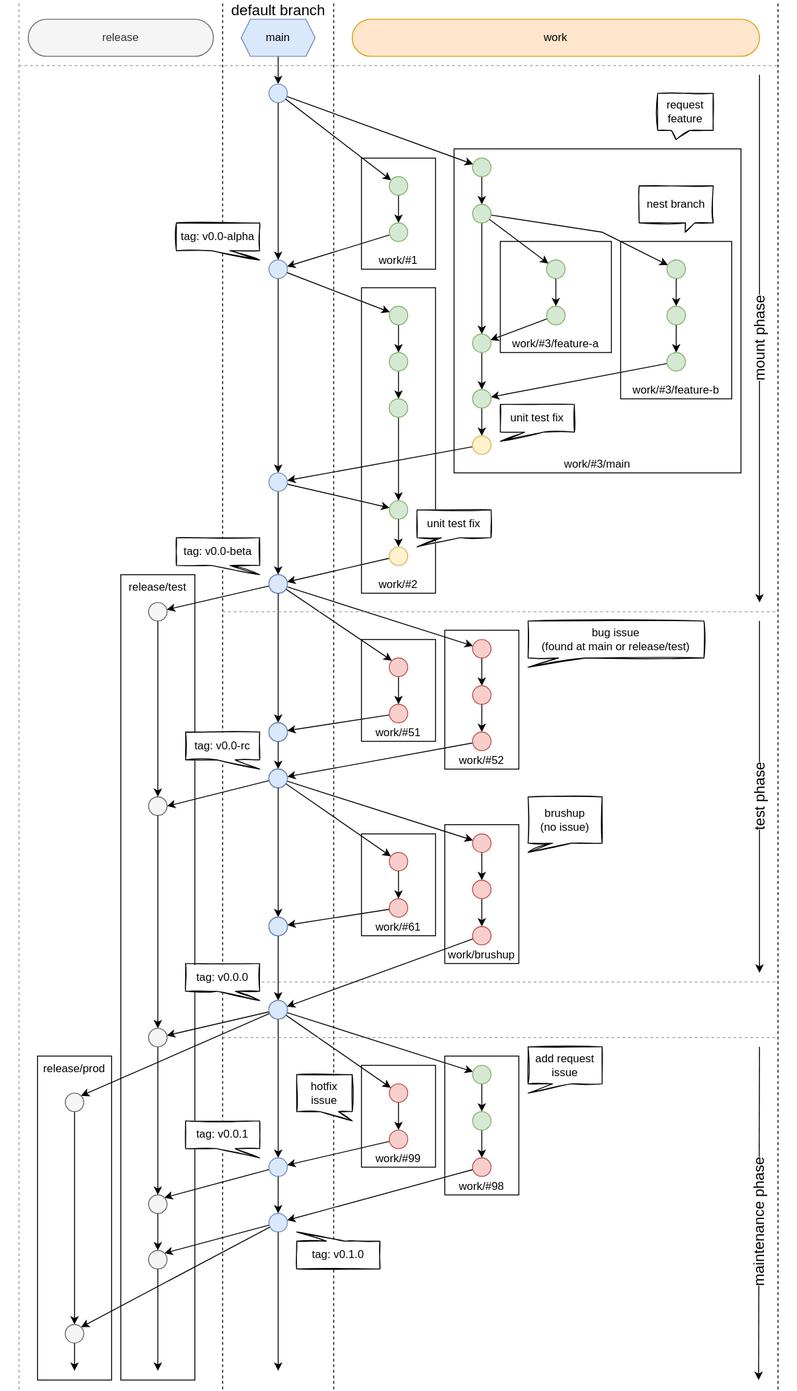
The draw.io diagram github-issues-flow.drawio.svg in bizhermit/git-note, before a commit. Source tidied: cells renumbered, new cells last; positions are measured from the earlier drawing's top-left corner, leaving out a move shared by most shapes.
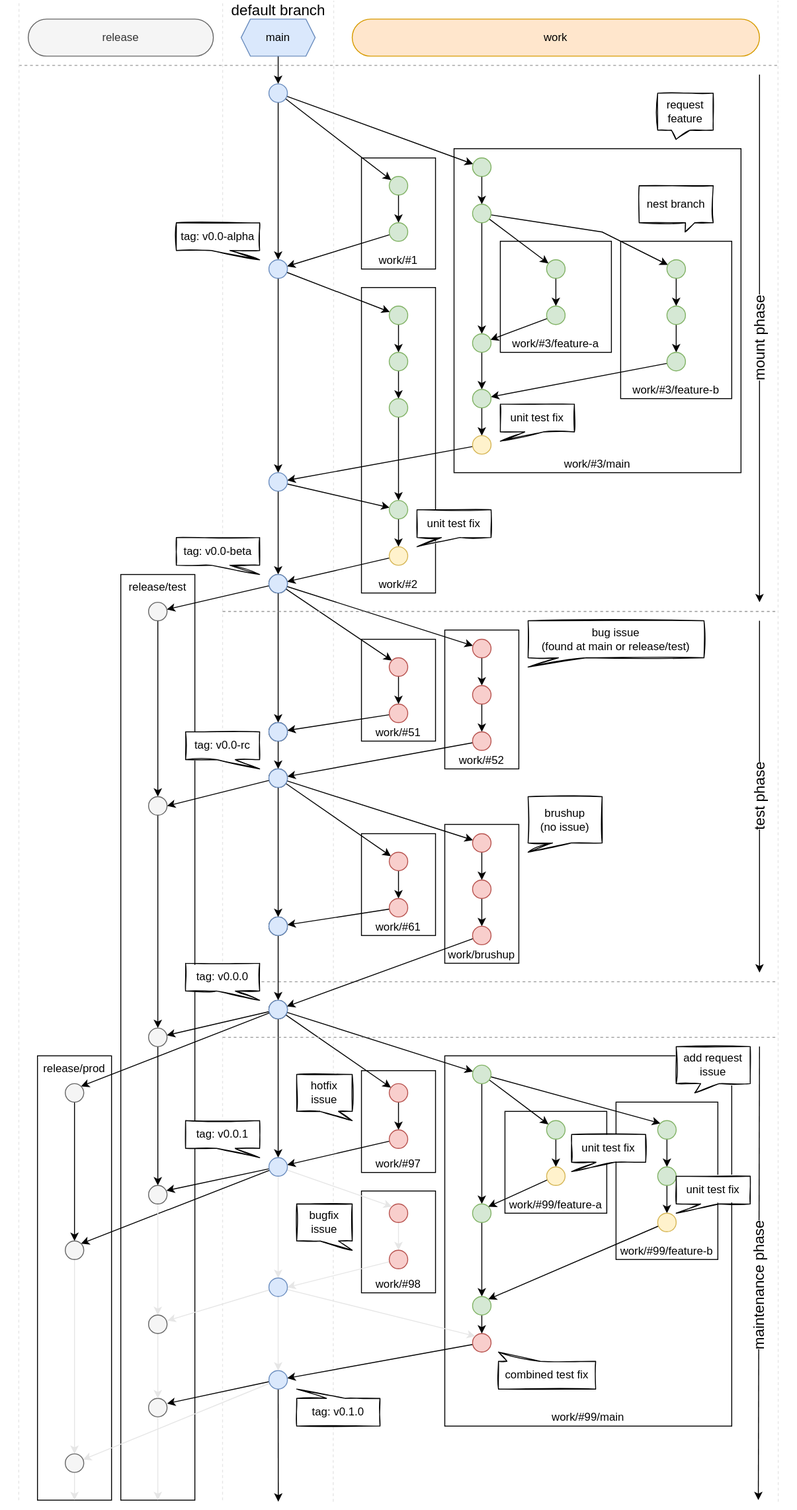
Above is the later version.

The edit, as a diff of the source:
```diff
@@ -5,9 +5,21 @@
     <mxCell id="2" style="rounded=0;whiteSpace=wrap;html=1;strokeColor=none;" parent="1" vertex="1">
-      <mxGeometry width="860" height="1500" as="geometry" />
+      <mxGeometry width="860" height="1620" as="geometry" />
     </mxCell>
+    <mxCell id="168" value="work/#98" style="rounded=0;whiteSpace=wrap;html=1;horizontal=1;verticalAlign=bottom;align=center;" parent="1" vertex="1">
+      <mxGeometry x="390" y="1286" width="80" height="110" as="geometry" />
+    </mxCell>
+    <mxCell id="9" value="work/#99/main" style="rounded=0;whiteSpace=wrap;html=1;horizontal=1;verticalAlign=bottom;align=center;" parent="1" vertex="1">
+      <mxGeometry x="480" y="1140" width="310" height="400" as="geometry" />
+    </mxCell>
+    <mxCell id="169" value="work/#99/feature-b" style="rounded=0;whiteSpace=wrap;html=1;horizontal=1;verticalAlign=bottom;align=center;" parent="1" vertex="1">
+      <mxGeometry x="665" y="1190" width="110" height="170" as="geometry" />
+    </mxCell>
+    <mxCell id="170" value="work/#99/feature-a" style="rounded=0;whiteSpace=wrap;html=1;horizontal=1;verticalAlign=bottom;align=center;" parent="1" vertex="1">
+      <mxGeometry x="545" y="1200" width="110" height="110" as="geometry" />
+    </mxCell>
     <mxCell id="3" value="release/prod" style="rounded=0;whiteSpace=wrap;html=1;horizontal=1;verticalAlign=top;align=center;" parent="1" vertex="1">
-      <mxGeometry x="40" y="1140" width="80" height="350" as="geometry" />
+      <mxGeometry x="40" y="1140" width="80" height="480" as="geometry" />
     </mxCell>
     <mxCell id="4" value="release/test" style="rounded=0;whiteSpace=wrap;html=1;horizontal=1;verticalAlign=top;align=center;" parent="1" vertex="1">
-      <mxGeometry x="130" y="620" width="80" height="870" as="geometry" />
+      <mxGeometry x="130" y="620" width="80" height="1000" as="geometry" />
     </mxCell>
@@ -19,5 +31,4 @@
     </mxCell>
-    <mxCell id="6" style="endArrow=none;dashed=1;html=1;rounded=0;sketch=0;fontColor=#000000;" parent="1" edge="1">
+    <mxCell id="6" style="endArrow=none;dashed=1;html=1;rounded=0;sketch=0;fontColor=#000000;exitX=0.279;exitY=1;exitDx=0;exitDy=0;exitPerimeter=0;strokeColor=#E6E6E6;" parent="1" edge="1" source="2">
       <mxGeometry relative="1" as="geometry">
-        <mxPoint x="240" y="1500" as="sourcePoint" />
         <mxPoint x="240" as="targetPoint" />
@@ -25,5 +36,4 @@
     </mxCell>
-    <mxCell id="7" style="endArrow=none;dashed=1;html=1;rounded=0;sketch=0;fontColor=#000000;" parent="1" edge="1">
+    <mxCell id="7" style="endArrow=none;dashed=1;html=1;rounded=0;sketch=0;fontColor=#000000;exitX=0.418;exitY=1.001;exitDx=0;exitDy=0;exitPerimeter=0;strokeColor=#E6E6E6;" parent="1" edge="1" source="2">
       <mxGeometry relative="1" as="geometry">
-        <mxPoint x="360" y="1500" as="sourcePoint" />
         <mxPoint x="360" as="targetPoint" />
@@ -31,8 +41,5 @@
     </mxCell>
-    <mxCell id="8" value="work/#99" style="rounded=0;whiteSpace=wrap;html=1;horizontal=1;verticalAlign=bottom;align=center;" parent="1" vertex="1">
-      <mxGeometry x="390" y="1150" width="80" height="110" as="geometry" />
+    <mxCell id="8" value="work/#97" style="rounded=0;whiteSpace=wrap;html=1;horizontal=1;verticalAlign=bottom;align=center;" parent="1" vertex="1">
+      <mxGeometry x="390" y="1156" width="80" height="110" as="geometry" />
     </mxCell>
-    <mxCell id="9" value="work/#98" style="rounded=0;whiteSpace=wrap;html=1;horizontal=1;verticalAlign=bottom;align=center;" parent="1" vertex="1">
-      <mxGeometry x="480" y="1140" width="80" height="150" as="geometry" />
-    </mxCell>
     <mxCell id="10" style="endArrow=none;dashed=1;html=1;rounded=0;sketch=0;fontColor=#000000;strokeColor=#999999;" parent="1" edge="1">
@@ -355,6 +362,5 @@
     </mxCell>
-    <mxCell id="109" value="&amp;nbsp;maintenance phase&amp;nbsp;" style="endArrow=classic;html=1;rounded=0;sketch=0;horizontal=0;fontSize=16;fontColor=default;labelBackgroundColor=default;" parent="1" edge="1">
+    <mxCell id="109" value="&amp;nbsp;maintenance phase&amp;nbsp;" style="endArrow=classic;html=1;rounded=0;sketch=0;horizontal=0;fontSize=16;fontColor=default;labelBackgroundColor=default;entryX=0.952;entryY=1;entryDx=0;entryDy=0;entryPerimeter=0;" parent="1" edge="1" target="2">
       <mxGeometry x="0.05" relative="1" as="geometry">
         <mxPoint x="820" y="1130" as="sourcePoint" />
-        <mxPoint x="819" y="1490" as="targetPoint" />
       </mxGeometry>
@@ -373,7 +379,7 @@
     </mxCell>
-    <mxCell id="114" style="edgeStyle=none;rounded=0;sketch=0;html=1;fontColor=#000000;" parent="1" edge="1" source="115" target="117">
-      <mxGeometry relative="1" as="geometry" />
-    </mxCell>
+    <mxCell id="171" style="edgeStyle=none;html=1;" parent="1" edge="1" source="115" target="192">
+      <mxGeometry relative="1" as="geometry" />
+    </mxCell>
     <mxCell id="115" style="ellipse;whiteSpace=wrap;html=1;fillColor=#d5e8d4;strokeColor=#82b366;" parent="1" vertex="1">
-      <mxGeometry x="510" y="1200" width="20" height="20" as="geometry" />
+      <mxGeometry x="510" y="1300" width="20" height="20" as="geometry" />
     </mxCell>
@@ -383,3 +389,3 @@
     <mxCell id="117" style="ellipse;whiteSpace=wrap;html=1;fillColor=#f8cecc;strokeColor=#b85450;" parent="1" vertex="1">
-      <mxGeometry x="510" y="1250" width="20" height="20" as="geometry" />
+      <mxGeometry x="510" y="1440" width="20" height="20" as="geometry" />
     </mxCell>
@@ -388,2 +394,8 @@
     </mxCell>
+    <mxCell id="172" style="edgeStyle=none;html=1;" parent="1" edge="1" source="119" target="182">
+      <mxGeometry relative="1" as="geometry" />
+    </mxCell>
+    <mxCell id="173" style="edgeStyle=none;html=1;entryX=0;entryY=0;entryDx=0;entryDy=0;" parent="1" edge="1" source="119" target="186">
+      <mxGeometry relative="1" as="geometry" />
+    </mxCell>
     <mxCell id="119" style="ellipse;whiteSpace=wrap;html=1;fillColor=#d5e8d4;strokeColor=#82b366;" parent="1" vertex="1">
@@ -391,8 +403,14 @@
     </mxCell>
-    <mxCell id="120" style="edgeStyle=none;rounded=0;sketch=0;html=1;fontSize=16;fontColor=#000000;" parent="1" edge="1" source="122" target="126">
-      <mxGeometry relative="1" as="geometry" />
-    </mxCell>
-    <mxCell id="121" style="edgeStyle=none;html=1;entryX=1;entryY=0;entryDx=0;entryDy=0;" parent="1" edge="1" source="122" target="160">
+    <mxCell id="121" style="edgeStyle=none;html=1;entryX=0.96;entryY=0.28;entryDx=0;entryDy=0;entryPerimeter=0;" parent="1" edge="1" source="122" target="160">
       <mxGeometry relative="1" as="geometry" />
     </mxCell>
+    <mxCell id="174" style="edgeStyle=none;html=1;entryX=1;entryY=0;entryDx=0;entryDy=0;" parent="1" edge="1" source="122" target="158">
+      <mxGeometry relative="1" as="geometry" />
+    </mxCell>
+    <mxCell id="175" style="edgeStyle=none;html=1;strokeColor=#E6E6E6;" parent="1" edge="1" source="122" target="204">
+      <mxGeometry relative="1" as="geometry" />
+    </mxCell>
+    <mxCell id="176" style="edgeStyle=none;html=1;entryX=0;entryY=0;entryDx=0;entryDy=0;strokeColor=#E6E6E6;" parent="1" edge="1" source="122" target="198">
+      <mxGeometry relative="1" as="geometry" />
+    </mxCell>
     <mxCell id="122" style="ellipse;whiteSpace=wrap;html=1;fillColor=#dae8fc;strokeColor=#6c8ebf;fontColor=#000000;" parent="1" vertex="1">
@@ -400,15 +418,13 @@
     </mxCell>
-    <mxCell id="123" style="edgeStyle=none;rounded=0;sketch=0;html=1;fontSize=16;fontColor=#000000;" parent="1" edge="1" source="126">
-      <mxGeometry relative="1" as="geometry">
-        <mxPoint x="300" y="1480" as="targetPoint" />
-      </mxGeometry>
+    <mxCell id="123" style="edgeStyle=none;rounded=0;sketch=0;html=1;fontSize=16;fontColor=#000000;entryX=0.349;entryY=1.001;entryDx=0;entryDy=0;entryPerimeter=0;" parent="1" edge="1" source="126" target="2">
+      <mxGeometry relative="1" as="geometry" />
     </mxCell>
-    <mxCell id="124" style="edgeStyle=none;html=1;entryX=1;entryY=0;entryDx=0;entryDy=0;" parent="1" edge="1" source="126" target="162">
+    <mxCell id="124" style="edgeStyle=none;html=1;entryX=1;entryY=0.28;entryDx=0;entryDy=0;entryPerimeter=0;" parent="1" edge="1" source="126" target="162">
       <mxGeometry relative="1" as="geometry" />
     </mxCell>
-    <mxCell id="125" style="edgeStyle=none;html=1;entryX=1;entryY=0;entryDx=0;entryDy=0;" parent="1" edge="1" source="126" target="158">
-      <mxGeometry relative="1" as="geometry" />
-    </mxCell>
+    <mxCell id="177" style="edgeStyle=none;html=1;strokeColor=#E6E6E6;" parent="1" edge="1" source="126" target="196">
+      <mxGeometry relative="1" as="geometry" />
+    </mxCell>
     <mxCell id="126" style="ellipse;whiteSpace=wrap;html=1;fillColor=#dae8fc;strokeColor=#6c8ebf;fontColor=#000000;" parent="1" vertex="1">
-      <mxGeometry x="290" y="1310" width="20" height="20" as="geometry" />
+      <mxGeometry x="290" y="1480" width="20" height="20" as="geometry" />
     </mxCell>
@@ -441,5 +457,4 @@
     </mxCell>
-    <mxCell id="136" style="endArrow=none;dashed=1;html=1;rounded=0;sketch=0;fontColor=#000000;" parent="1" edge="1">
+    <mxCell id="136" style="endArrow=none;dashed=1;html=1;rounded=0;sketch=0;fontColor=#000000;exitX=0.977;exitY=1.001;exitDx=0;exitDy=0;exitPerimeter=0;strokeColor=#E6E6E6;" parent="1" edge="1" source="2">
       <mxGeometry relative="1" as="geometry">
-        <mxPoint x="840" y="1500" as="sourcePoint" />
         <mxPoint x="840" as="targetPoint" />
@@ -460,3 +475,3 @@
     <mxCell id="141" value="tag: v0.1.0" style="shape=callout;whiteSpace=wrap;html=1;perimeter=calloutPerimeter;size=10;position=0.42;position2=1;sketch=1;direction=west;" parent="1" vertex="1">
-      <mxGeometry x="320" y="1330" width="90" height="40" as="geometry" />
+      <mxGeometry x="320" y="1500" width="90" height="40" as="geometry" />
     </mxCell>
@@ -468,4 +483,4 @@
     </mxCell>
-    <mxCell id="144" value="add request&lt;br&gt;issue" style="shape=callout;whiteSpace=wrap;html=1;perimeter=calloutPerimeter;size=10;position=0.42;position2=1;sketch=1;flipH=1;" parent="1" vertex="1">
-      <mxGeometry x="570" y="1130" width="80" height="50" as="geometry" />
+    <mxCell id="144" value="add request&lt;br&gt;issue" style="shape=callout;whiteSpace=wrap;html=1;perimeter=calloutPerimeter;size=10;position=0.42;position2=0.75;sketch=1;flipH=1;" parent="1" vertex="1">
+      <mxGeometry x="730" y="1130" width="80" height="50" as="geometry" />
     </mxCell>
@@ -505,25 +520,21 @@
     <mxCell id="156" style="ellipse;whiteSpace=wrap;html=1;fillColor=#f5f5f5;strokeColor=#666666;fontColor=#333333;" parent="1" vertex="1">
-      <mxGeometry x="70" y="1180" width="20" height="20" as="geometry" />
+      <mxGeometry x="70" y="1170" width="20" height="20" as="geometry" />
     </mxCell>
-    <mxCell id="157" style="edgeStyle=none;html=1;" parent="1" edge="1" source="158">
-      <mxGeometry relative="1" as="geometry">
-        <mxPoint x="80" y="1480" as="targetPoint" />
-      </mxGeometry>
-    </mxCell>
+    <mxCell id="178" style="edgeStyle=none;html=1;entryX=0.5;entryY=0;entryDx=0;entryDy=0;strokeColor=#E6E6E6;" parent="1" edge="1" source="158" target="196">
+      <mxGeometry relative="1" as="geometry" />
+    </mxCell>
     <mxCell id="158" style="ellipse;whiteSpace=wrap;html=1;fillColor=#f5f5f5;strokeColor=#666666;fontColor=#333333;" parent="1" vertex="1">
-      <mxGeometry x="70" y="1430" width="20" height="20" as="geometry" />
+      <mxGeometry x="70" y="1340" width="20" height="20" as="geometry" />
     </mxCell>
-    <mxCell id="159" style="edgeStyle=none;html=1;" parent="1" edge="1" source="160" target="162">
-      <mxGeometry relative="1" as="geometry" />
-    </mxCell>
+    <mxCell id="179" style="edgeStyle=none;html=1;strokeColor=#E6E6E6;" parent="1" edge="1" source="160" target="208">
+      <mxGeometry relative="1" as="geometry" />
+    </mxCell>
     <mxCell id="160" style="ellipse;whiteSpace=wrap;html=1;fillColor=#f5f5f5;strokeColor=#666666;fontColor=#333333;" parent="1" vertex="1">
-      <mxGeometry x="160" y="1290" width="20" height="20" as="geometry" />
+      <mxGeometry x="160" y="1280" width="20" height="20" as="geometry" />
     </mxCell>
-    <mxCell id="161" style="edgeStyle=none;html=1;" parent="1" edge="1" source="162">
-      <mxGeometry relative="1" as="geometry">
-        <mxPoint x="170" y="1480" as="targetPoint" />
-      </mxGeometry>
-    </mxCell>
+    <mxCell id="180" style="edgeStyle=none;html=1;strokeColor=#E6E6E6;" parent="1" edge="1" source="162" target="4">
+      <mxGeometry relative="1" as="geometry" />
+    </mxCell>
     <mxCell id="162" style="ellipse;whiteSpace=wrap;html=1;fillColor=#f5f5f5;strokeColor=#666666;fontColor=#333333;" parent="1" vertex="1">
-      <mxGeometry x="160" y="1350" width="20" height="20" as="geometry" />
+      <mxGeometry x="160" y="1510" width="20" height="20" as="geometry" />
     </mxCell>
@@ -532,5 +543,4 @@
     </mxCell>
-    <mxCell id="164" style="endArrow=none;dashed=1;html=1;rounded=0;sketch=0;fontColor=#000000;strokeColor=#999999;startArrow=none;" parent="1" edge="1">
+    <mxCell id="164" style="endArrow=none;dashed=1;html=1;rounded=0;sketch=0;fontColor=#000000;strokeColor=#E6E6E6;startArrow=none;exitX=0.023;exitY=1;exitDx=0;exitDy=0;exitPerimeter=0;" parent="1" edge="1" source="2">
       <mxGeometry relative="1" as="geometry">
-        <mxPoint x="20" y="1500" as="sourcePoint" />
         <mxPoint x="20" as="targetPoint" />
@@ -547,2 +557,86 @@
     </mxCell>
+    <mxCell id="181" style="edgeStyle=none;html=1;" parent="1" edge="1" source="182" target="184">
+      <mxGeometry relative="1" as="geometry" />
+    </mxCell>
+    <mxCell id="182" style="ellipse;whiteSpace=wrap;html=1;fillColor=#d5e8d4;strokeColor=#82b366;" parent="1" vertex="1">
+      <mxGeometry x="590" y="1210" width="20" height="20" as="geometry" />
+    </mxCell>
+    <mxCell id="183" style="edgeStyle=none;html=1;entryX=1;entryY=0;entryDx=0;entryDy=0;" parent="1" edge="1" source="184" target="115">
+      <mxGeometry relative="1" as="geometry" />
+    </mxCell>
+    <mxCell id="184" style="ellipse;whiteSpace=wrap;html=1;fillColor=#fff2cc;strokeColor=#d6b656;" parent="1" vertex="1">
+      <mxGeometry x="590" y="1260" width="20" height="20" as="geometry" />
+    </mxCell>
+    <mxCell id="185" style="edgeStyle=none;html=1;" parent="1" edge="1" source="186" target="188">
+      <mxGeometry relative="1" as="geometry" />
+    </mxCell>
+    <mxCell id="186" style="ellipse;whiteSpace=wrap;html=1;fillColor=#d5e8d4;strokeColor=#82b366;" parent="1" vertex="1">
+      <mxGeometry x="710" y="1210" width="20" height="20" as="geometry" />
+    </mxCell>
+    <mxCell id="187" style="edgeStyle=none;html=1;entryX=0.5;entryY=0;entryDx=0;entryDy=0;" parent="1" edge="1" source="188" target="190">
+      <mxGeometry relative="1" as="geometry" />
+    </mxCell>
+    <mxCell id="188" style="ellipse;whiteSpace=wrap;html=1;fillColor=#d5e8d4;strokeColor=#82b366;" parent="1" vertex="1">
+      <mxGeometry x="710" y="1260" width="20" height="20" as="geometry" />
+    </mxCell>
+    <mxCell id="189" style="edgeStyle=none;html=1;entryX=1;entryY=0;entryDx=0;entryDy=0;" parent="1" edge="1" source="190" target="192">
+      <mxGeometry relative="1" as="geometry" />
+    </mxCell>
+    <mxCell id="190" style="ellipse;whiteSpace=wrap;html=1;fillColor=#fff2cc;strokeColor=#d6b656;" parent="1" vertex="1">
+      <mxGeometry x="710" y="1310" width="20" height="20" as="geometry" />
+    </mxCell>
+    <mxCell id="191" style="edgeStyle=none;html=1;" parent="1" edge="1" source="192" target="117">
+      <mxGeometry relative="1" as="geometry" />
+    </mxCell>
+    <mxCell id="192" style="ellipse;whiteSpace=wrap;html=1;fillColor=#d5e8d4;strokeColor=#82b366;" parent="1" vertex="1">
+      <mxGeometry x="510" y="1400" width="20" height="20" as="geometry" />
+    </mxCell>
+    <mxCell id="193" value="unit test fix" style="shape=callout;whiteSpace=wrap;html=1;perimeter=calloutPerimeter;size=10;position=0.42;position2=1;sketch=1;flipH=1;" parent="1" vertex="1">
+      <mxGeometry x="730" y="1270" width="80" height="40" as="geometry" />
+    </mxCell>
+    <mxCell id="194" value="unit test fix" style="shape=callout;whiteSpace=wrap;html=1;perimeter=calloutPerimeter;size=10;position=0.42;position2=1;sketch=1;flipH=1;" parent="1" vertex="1">
+      <mxGeometry x="617" y="1225" width="80" height="40" as="geometry" />
+    </mxCell>
+    <mxCell id="195" style="edgeStyle=none;html=1;strokeColor=#E6E6E6;entryX=0.5;entryY=1;entryDx=0;entryDy=0;" parent="1" edge="1" source="196" target="3">
+      <mxGeometry relative="1" as="geometry" />
+    </mxCell>
+    <mxCell id="196" style="ellipse;whiteSpace=wrap;html=1;fillColor=#f5f5f5;strokeColor=#666666;fontColor=#333333;" parent="1" vertex="1">
+      <mxGeometry x="70" y="1570" width="20" height="20" as="geometry" />
+    </mxCell>
+    <mxCell id="197" style="edgeStyle=none;html=1;strokeColor=#E6E6E6;" parent="1" edge="1" source="198" target="200">
+      <mxGeometry relative="1" as="geometry" />
+    </mxCell>
+    <mxCell id="198" style="ellipse;whiteSpace=wrap;html=1;fillColor=#f8cecc;strokeColor=#b85450;" parent="1" vertex="1">
+      <mxGeometry x="420" y="1300" width="20" height="20" as="geometry" />
+    </mxCell>
+    <mxCell id="199" style="edgeStyle=none;html=1;entryX=1;entryY=0.5;entryDx=0;entryDy=0;strokeColor=#E6E6E6;" parent="1" edge="1" source="200" target="204">
+      <mxGeometry relative="1" as="geometry" />
+    </mxCell>
+    <mxCell id="200" style="ellipse;whiteSpace=wrap;html=1;fillColor=#f8cecc;strokeColor=#b85450;" parent="1" vertex="1">
+      <mxGeometry x="420" y="1350" width="20" height="20" as="geometry" />
+    </mxCell>
+    <mxCell id="201" style="edgeStyle=none;html=1;strokeColor=#E6E6E6;" parent="1" edge="1" source="204" target="126">
+      <mxGeometry relative="1" as="geometry" />
+    </mxCell>
+    <mxCell id="202" style="edgeStyle=none;html=1;entryX=0;entryY=0;entryDx=0;entryDy=0;strokeColor=#E6E6E6;" parent="1" edge="1" source="204" target="117">
+      <mxGeometry relative="1" as="geometry" />
+    </mxCell>
+    <mxCell id="203" style="edgeStyle=none;html=1;entryX=1.02;entryY=0.3;entryDx=0;entryDy=0;strokeColor=#E6E6E6;entryPerimeter=0;" parent="1" edge="1" source="204" target="208">
+      <mxGeometry relative="1" as="geometry" />
+    </mxCell>
+    <mxCell id="204" style="ellipse;whiteSpace=wrap;html=1;fillColor=#dae8fc;strokeColor=#6c8ebf;fontColor=#000000;" parent="1" vertex="1">
+      <mxGeometry x="290" y="1380" width="20" height="20" as="geometry" />
+    </mxCell>
+    <mxCell id="205" value="bugfix&lt;br&gt;issue" style="shape=callout;whiteSpace=wrap;html=1;perimeter=calloutPerimeter;size=10;position=0.42;position2=1;sketch=1;" parent="1" vertex="1">
+      <mxGeometry x="320" y="1300" width="60" height="50" as="geometry" />
+    </mxCell>
+    <mxCell id="206" value="combined test fix" style="shape=callout;whiteSpace=wrap;html=1;perimeter=calloutPerimeter;size=10;position=0.57;position2=1;sketch=1;direction=west;base=36;" parent="1" vertex="1">
+      <mxGeometry x="538" y="1460" width="105" height="40" as="geometry" />
+    </mxCell>
+    <mxCell id="207" style="edgeStyle=none;html=1;strokeColor=#E6E6E6;" parent="1" edge="1" source="208" target="162">
+      <mxGeometry relative="1" as="geometry" />
+    </mxCell>
+    <mxCell id="208" style="ellipse;whiteSpace=wrap;html=1;fillColor=#f5f5f5;strokeColor=#666666;fontColor=#333333;" parent="1" vertex="1">
+      <mxGeometry x="160" y="1420" width="20" height="20" as="geometry" />
+    </mxCell>
   </root>
```
